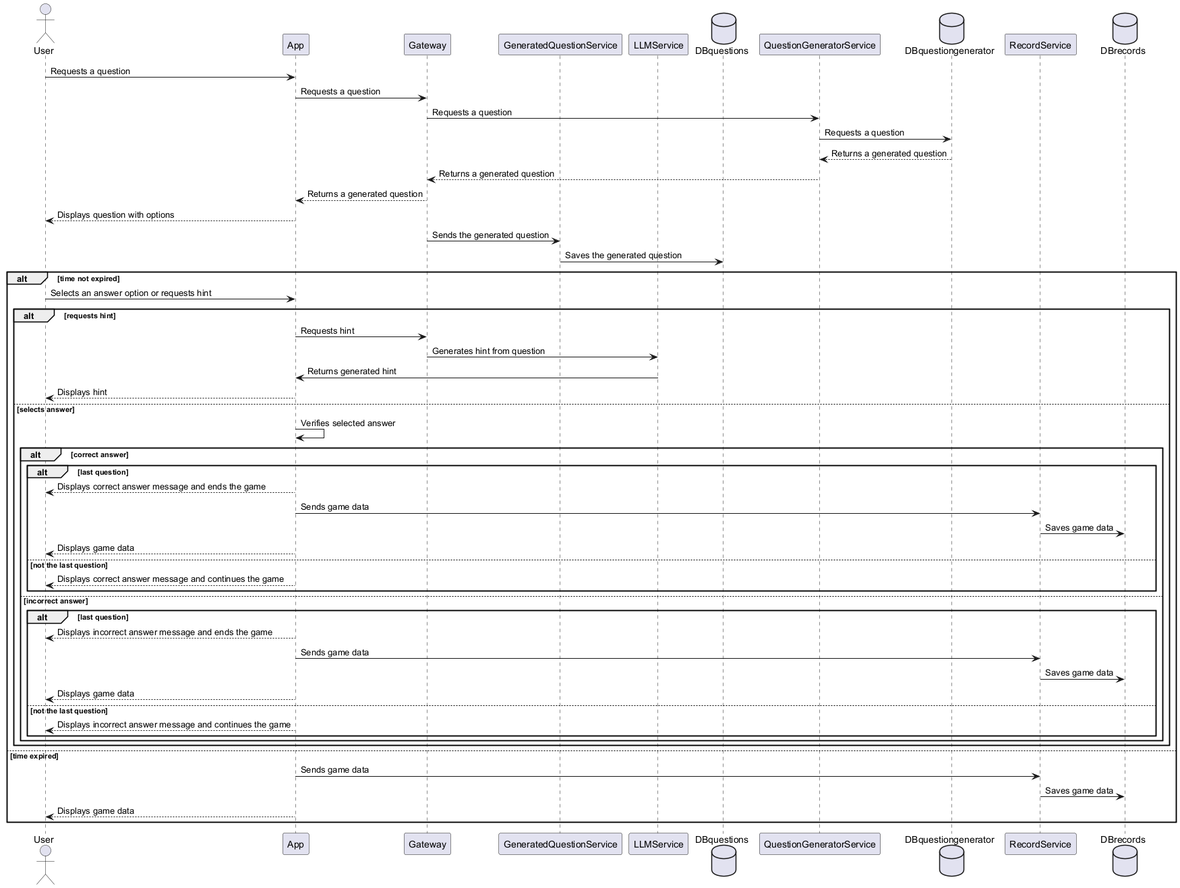
Before: images/question_response.png, a diagram exported from PlantUML (Arquisoft/wichat_es6b).
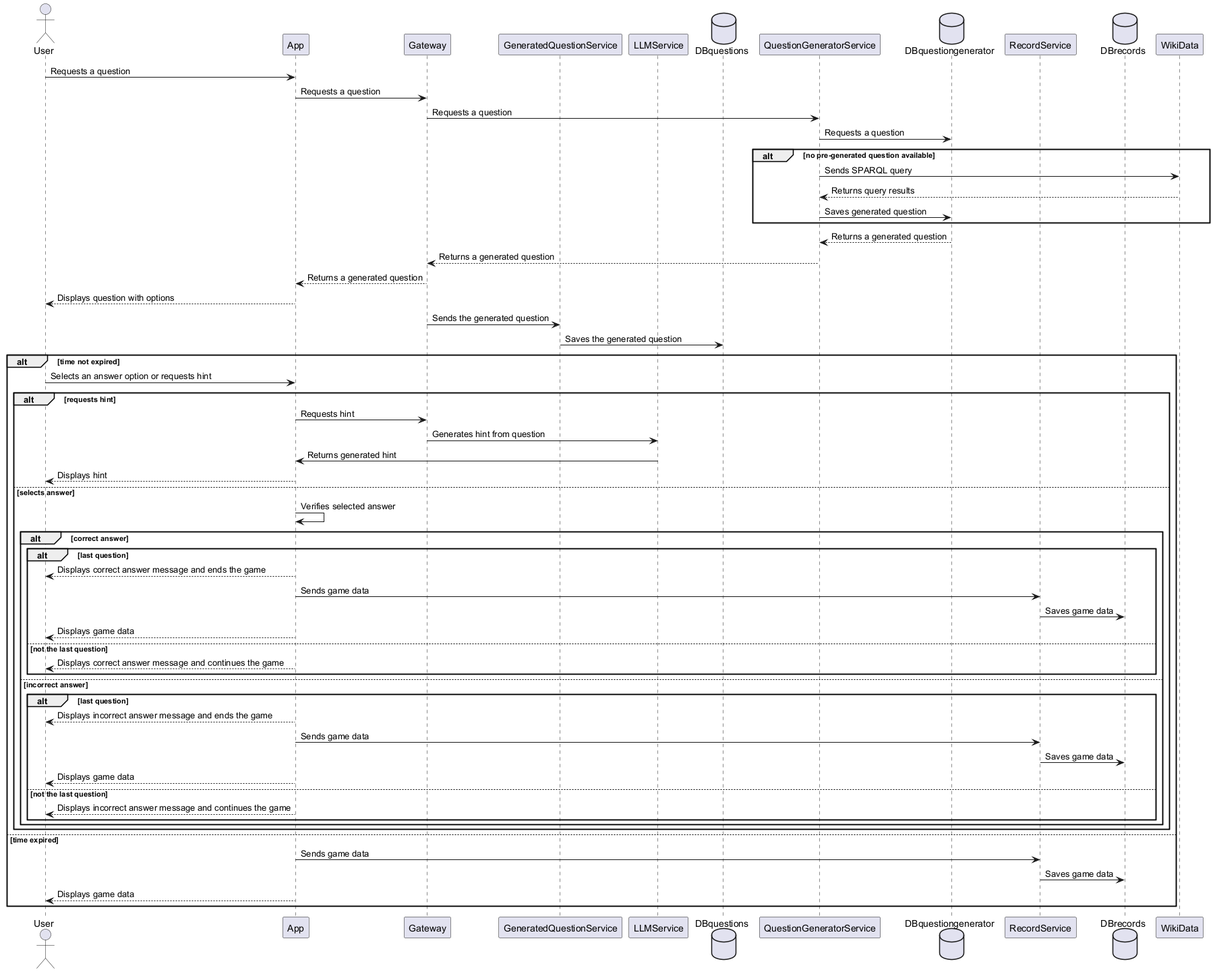
The same diagram one commit later.

What changed in the source:
```diff
@@ -9,11 +9,17 @@
 database DBquestiongenerator
 participant RecordService
 database DBrecords
+participant WikiData
 
 User -> App: Requests a question
 App -> Gateway: Requests a question
 Gateway -> QuestionGeneratorService: Requests a question
 QuestionGeneratorService -> DBquestiongenerator: Requests a question
+alt no pre-generated question available
+    QuestionGeneratorService -> WikiData: Sends SPARQL query
+    WikiData --> QuestionGeneratorService: Returns query results
+    QuestionGeneratorService -> DBquestiongenerator: Saves generated question
+end
 QuestionGeneratorService <-- DBquestiongenerator: Returns a generated question
 Gateway <-- QuestionGeneratorService: Returns a generated question
 App <-- Gateway: Returns a generated question
```
